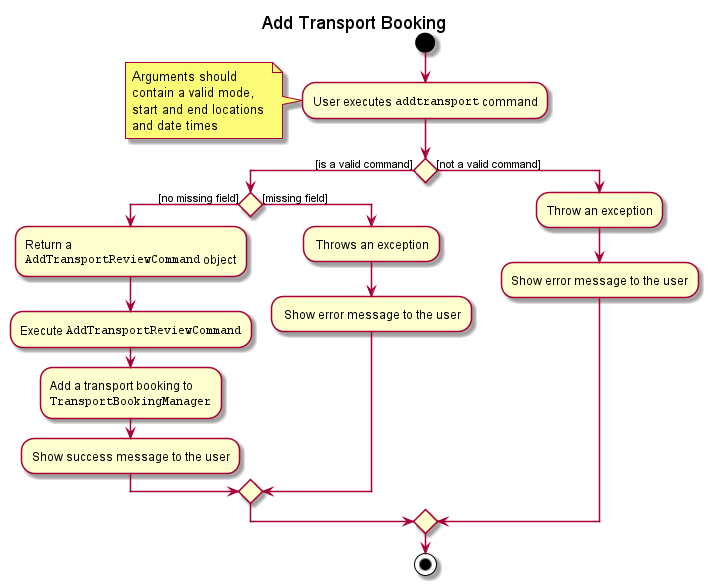
This is docs/images/developer-guide/transport-booking/AddTransportBookingActivityDiagram.png from zenatrick/main, a PlantUML export, as it was before one commit.
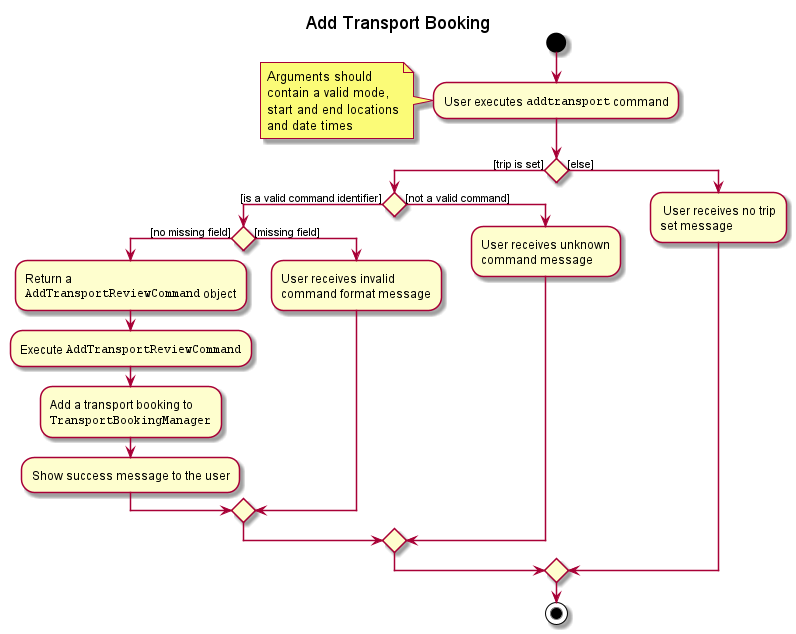
After the commit.

Commit message:
Edit Add Transport Booking

The edit, as a diff of the source:
```diff
@@ -11,31 +11,36 @@
   and date times
 end note
 
-if () then ([is a valid command])
+if () then ([trip is set])
 
+    if () then ([is a valid command identifier])
 
-    if () then ([no missing field])
+        if () then ([no missing field])
 
-            :Return a
-            ""AddTransportReviewCommand"" object;
+                :Return a
+                ""AddTransportReviewCommand"" object;
 
-            :Execute ""AddTransportReviewCommand"";
+                :Execute ""AddTransportReviewCommand"";
 
-            :Add a transport booking to
-            ""TransportBookingManager"";
+                :Add a transport booking to
+                ""TransportBookingManager"";
 
-            :Show success message to the user;
+                :Show success message to the user;
 
-    else ([missing field])
-            : Throws an exception;
+        else ([missing field])
+                :User receives invalid
+                command format message;
+        endif
 
-            : Show error message to the user;
+    else ([not a valid command])
+        :User receives unknown
+        command message;
     endif
 
-else ([not a valid command])
-    :Throw an exception;
+else ([else])
+    : User receives no trip
+    set message;
 
-    :Show error message to the user;
 endif
 
 stop
```
